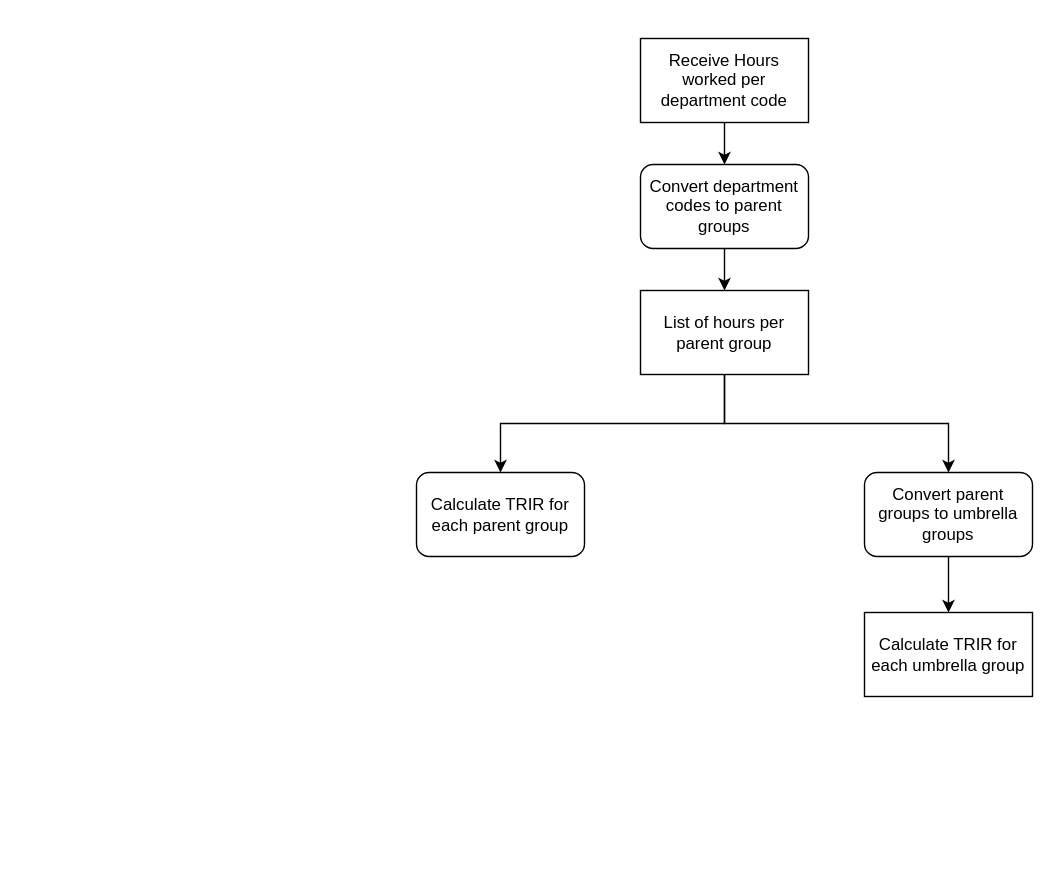
Above: page "TRIR calculation workflow" (3 of 10) of Adaptive_org_classification.drawio in PhoenixTagal/Haku (draw.io), before the change. Source tidied: cells renumbered, new cells numbered last; positions are measured from the earlier drawing's top-left corner, leaving out a move shared by most shapes. Both pictures are drawn from the tidied source at 140%, with x=0, y=0 at pixel (416, 38).
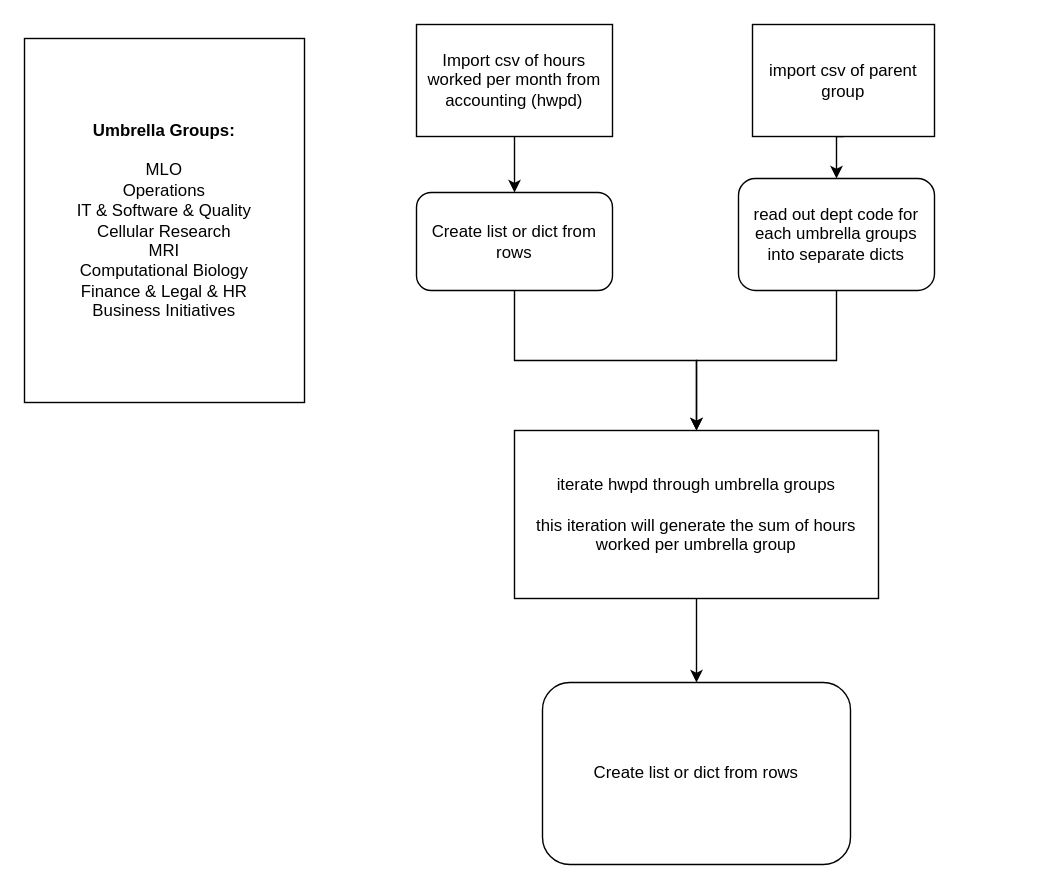
The same diagram, later.

Change to the diagram source:
```diff
@@
 <mxGraphModel>
   <root>
     <mxCell id="0" />
     <mxCell id="1" parent="0" />
-    <mxCell id="2" style="edgeStyle=orthogonalEdgeStyle;rounded=0;jettySize=auto;html=1;exitX=0.5;exitY=1;exitDx=0;exitDy=0;entryX=0.5;entryY=0;entryDx=0;entryDy=0;" parent="1" edge="1" source="3" target="5">
-      <mxGeometry relative="1" as="geometry" />
-    </mxCell>
+    <mxCell id="13" style="edgeStyle=orthogonalEdgeStyle;rounded=0;jettySize=auto;html=1;exitX=0.5;exitY=1;exitDx=0;exitDy=0;entryX=0.5;entryY=0;entryDx=0;entryDy=0;" parent="1" edge="1" source="3" target="17">
+      <mxGeometry relative="1" as="geometry" />
+    </mxCell>
-    <mxCell id="3" value="Receive Hours worked per department code" style="rounded=0;whiteSpace=wrap;html=1;fillColor=#FFFFFF;" parent="1" vertex="1">
-      <mxGeometry x="160" width="120" height="60" as="geometry" />
+    <mxCell id="3" value="Import csv of hours worked per month from accounting (hwpd)" style="rounded=0;whiteSpace=wrap;html=1;fillColor=#FFFFFF;" parent="1" vertex="1">
+      <mxGeometry y="-10" width="140" height="80" as="geometry" />
     </mxCell>
     <mxCell id="4" style="edgeStyle=orthogonalEdgeStyle;rounded=0;jettySize=auto;html=1;exitX=0.5;exitY=1;exitDx=0;exitDy=0;entryX=0.5;entryY=0;entryDx=0;entryDy=0;" parent="1" edge="1" source="5" target="8">
       <mxGeometry relative="1" as="geometry" />
     </mxCell>
-    <mxCell id="5" value="Convert department codes to parent groups" style="rounded=1;whiteSpace=wrap;html=1;fillColor=#FFFFFF;" parent="1" vertex="1">
-      <mxGeometry x="160" y="90" width="120" height="60" as="geometry" />
+    <mxCell id="5" value="read out dept code for each umbrella groups into separate dicts" style="rounded=1;whiteSpace=wrap;html=1;fillColor=#FFFFFF;" parent="1" vertex="1">
+      <mxGeometry x="230" y="100" width="140" height="80" as="geometry" />
     </mxCell>
-    <mxCell id="6" style="edgeStyle=orthogonalEdgeStyle;rounded=0;jettySize=auto;html=1;exitX=0.5;exitY=1;exitDx=0;exitDy=0;entryX=0.5;entryY=0;entryDx=0;entryDy=0;" parent="1" edge="1" source="8" target="9">
-      <mxGeometry relative="1" as="geometry" />
-    </mxCell>
-    <mxCell id="7" style="edgeStyle=orthogonalEdgeStyle;rounded=0;jettySize=auto;html=1;exitX=0.5;exitY=1;exitDx=0;exitDy=0;entryX=0.5;entryY=0;entryDx=0;entryDy=0;" parent="1" edge="1" source="8" target="11">
-      <mxGeometry relative="1" as="geometry" />
-    </mxCell>
+    <mxCell id="14" style="edgeStyle=orthogonalEdgeStyle;rounded=0;jettySize=auto;html=1;exitX=0.5;exitY=1;exitDx=0;exitDy=0;entryX=0.5;entryY=0;entryDx=0;entryDy=0;" parent="1" edge="1" source="8" target="20">
+      <mxGeometry relative="1" as="geometry" />
+    </mxCell>
-    <mxCell id="8" value="List of hours per parent group" style="rounded=0;whiteSpace=wrap;html=1;fillColor=#FFFFFF;" parent="1" vertex="1">
-      <mxGeometry x="160" y="180" width="120" height="60" as="geometry" />
+    <mxCell id="8" value="iterate hwpd through umbrella groups&lt;br&gt;&lt;br&gt;this iteration will generate the sum of hours worked per umbrella group" style="rounded=0;whiteSpace=wrap;html=1;fillColor=#FFFFFF;" parent="1" vertex="1">
+      <mxGeometry x="70" y="280" width="260" height="120" as="geometry" />
     </mxCell>
-    <mxCell id="9" value="Calculate TRIR for each parent group" style="rounded=1;whiteSpace=wrap;html=1;fillColor=#FFFFFF;" parent="1" vertex="1">
-      <mxGeometry y="310" width="120" height="60" as="geometry" />
-    </mxCell>
-    <mxCell id="10" style="edgeStyle=orthogonalEdgeStyle;rounded=0;jettySize=auto;html=1;exitX=0.5;exitY=1;exitDx=0;exitDy=0;entryX=0.5;entryY=0;entryDx=0;entryDy=0;" parent="1" edge="1" source="11" target="12">
-      <mxGeometry relative="1" as="geometry" />
-    </mxCell>
-    <mxCell id="11" value="Convert parent groups to umbrella groups" style="rounded=1;whiteSpace=wrap;html=1;fillColor=#FFFFFF;" parent="1" vertex="1">
-      <mxGeometry x="320" y="310" width="120" height="60" as="geometry" />
-    </mxCell>
-    <mxCell id="12" value="Calculate TRIR for each umbrella group" style="rounded=0;whiteSpace=wrap;html=1;fillColor=#FFFFFF;" parent="1" vertex="1">
-      <mxGeometry x="320" y="410" width="120" height="60" as="geometry" />
-    </mxCell>
+    <mxCell id="15" value="&lt;b&gt;Umbrella Groups:&lt;/b&gt;&lt;br&gt;&lt;br&gt;MLO&lt;br&gt;Operations&lt;br&gt;IT &amp;amp; Software &amp;amp; Quality&lt;br&gt;Cellular Research&lt;br&gt;MRI&lt;br&gt;Computational Biology&lt;br&gt;Finance &amp;amp; Legal &amp;amp; HR&lt;br&gt;Business Initiatives" style="rounded=0;whiteSpace=wrap;html=1;fillColor=#FFFFFF;" parent="1" vertex="1">
+      <mxGeometry x="-280" width="200" height="260" as="geometry" />
+    </mxCell>
+    <mxCell id="16" style="edgeStyle=orthogonalEdgeStyle;rounded=0;jettySize=auto;html=1;exitX=0.5;exitY=1;exitDx=0;exitDy=0;entryX=0.5;entryY=0;entryDx=0;entryDy=0;" parent="1" edge="1" source="17" target="8">
+      <mxGeometry relative="1" as="geometry" />
+    </mxCell>
+    <mxCell id="17" value="Create list or dict from rows" style="rounded=1;whiteSpace=wrap;html=1;fillColor=#FFFFFF;" parent="1" vertex="1">
+      <mxGeometry y="110" width="140" height="70" as="geometry" />
+    </mxCell>
+    <mxCell id="18" style="edgeStyle=orthogonalEdgeStyle;rounded=0;jettySize=auto;html=1;exitX=0.5;exitY=1;exitDx=0;exitDy=0;entryX=0.5;entryY=0;entryDx=0;entryDy=0;" parent="1" edge="1" source="19" target="5">
+      <mxGeometry relative="1" as="geometry" />
+    </mxCell>
+    <mxCell id="19" value="import csv of parent group" style="rounded=0;whiteSpace=wrap;html=1;fillColor=#FFFFFF;" parent="1" vertex="1">
+      <mxGeometry x="240" y="-10" width="130" height="80" as="geometry" />
+    </mxCell>
+    <mxCell id="20" value="Create list or dict from rows" style="rounded=1;whiteSpace=wrap;html=1;fillColor=#FFFFFF;" parent="1" vertex="1">
+      <mxGeometry x="90" y="460" width="220" height="130" as="geometry" />
+    </mxCell>
   </root>
 </mxGraphModel>
```
